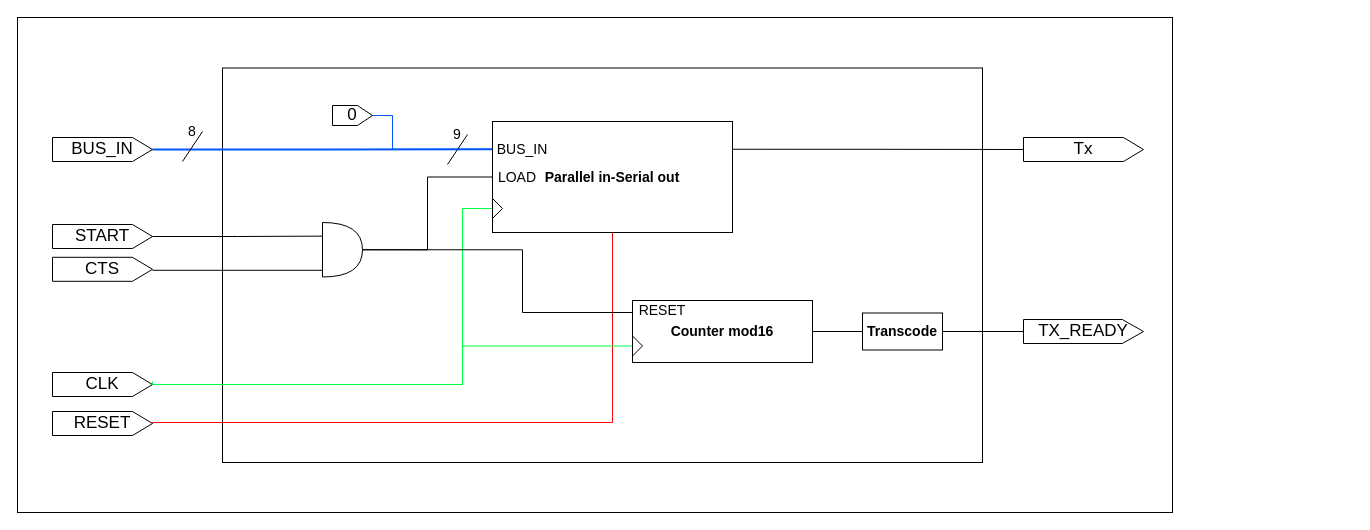
Above: page "NewSerializer" (9 of 15) of Uart.drawio in FlavioRenzi/UART_Project (draw.io), before the change. Source tidied: cells renumbered, new cells numbered last; positions are measured from the earlier drawing's top-left corner, leaving out a move shared by most shapes. Both pictures are drawn from the tidied source at 100%, with x=0, y=0 at pixel (17, 17).
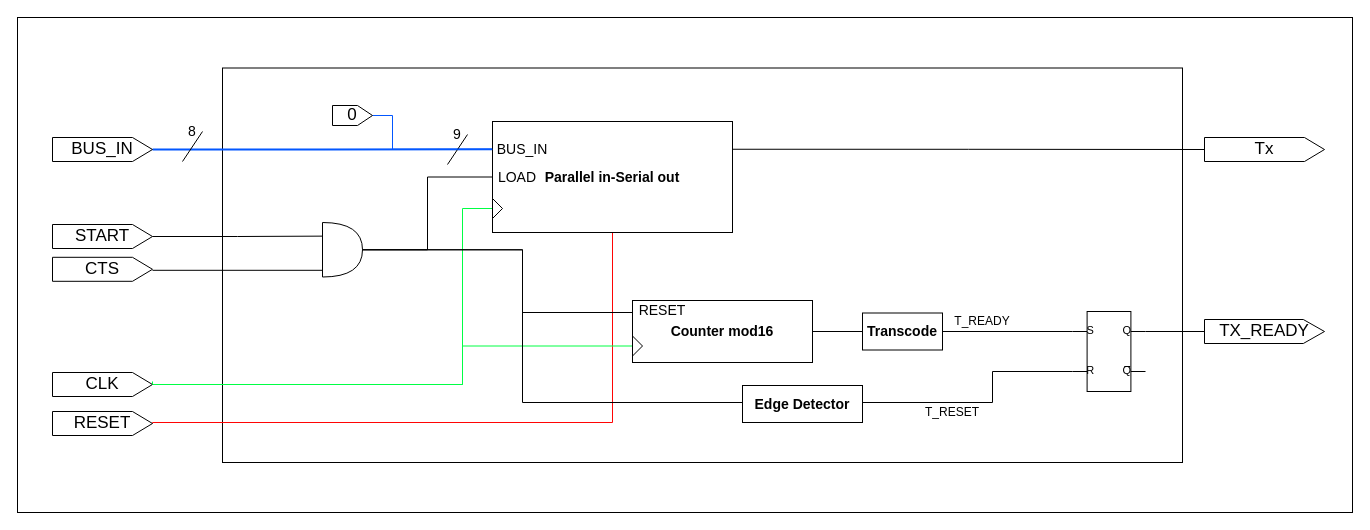
The same page after the edit.

Unchanged cells that the change refers to:
```xml
<mxCell id="20" style="shape=or;whiteSpace=wrap;html=1;fontSize=14;fontColor=#00FF44;" parent="1" vertex="1">
  <mxGeometry x="305" y="205" width="40" height="54.5" as="geometry" />
</mxCell>
<mxCell id="31" value="&lt;font color=&quot;#000000&quot;&gt;&lt;b&gt;Transcode&lt;/b&gt;&lt;/font&gt;" style="rounded=0;whiteSpace=wrap;html=1;fontSize=14;fontColor=#00FF44;" parent="1" vertex="1">
  <mxGeometry x="845" y="295.5" width="80" height="37" as="geometry" />
</mxCell>
```

The edit, as a diff of the source:
```diff
@@
+    <mxCell id="3" style="rounded=0;whiteSpace=wrap;html=1;fontSize=17;fillColor=none;" parent="1" vertex="1">
+      <mxGeometry width="1335" height="495" as="geometry" />
+    </mxCell>
     <mxCell id="2" style="rounded=0;whiteSpace=wrap;html=1;fontSize=17;fillColor=none;" parent="1" vertex="1">
-      <mxGeometry x="205" y="50.5" width="760" height="394.5" as="geometry" />
+      <mxGeometry x="205" y="50.5" width="960" height="394.5" as="geometry" />
     </mxCell>
-    <mxCell id="3" style="rounded=0;whiteSpace=wrap;html=1;fontSize=17;fillColor=none;" parent="1" vertex="1">
-      <mxGeometry width="1155" height="495" as="geometry" />
-    </mxCell>
@@
     <mxCell id="14" value="Tx" style="shape=offPageConnector;whiteSpace=wrap;html=1;rotation=0;size=0.16666666666666666;direction=north;fontSize=17;" parent="1" vertex="1">
-      <mxGeometry x="1006" y="120" width="120" height="24" as="geometry" />
+      <mxGeometry x="1187" y="120" width="120" height="24" as="geometry" />
     </mxCell>
@@
     <mxCell id="28" value="TX_READY" style="shape=offPageConnector;whiteSpace=wrap;html=1;rotation=0;size=0.17647058823529413;direction=north;fontSize=17;" parent="1" vertex="1">
-      <mxGeometry x="1006" y="302" width="120" height="24" as="geometry" />
+      <mxGeometry x="1187" y="302" width="120" height="24" as="geometry" />
     </mxCell>
@@
-    <mxCell id="30" style="edgeStyle=orthogonalEdgeStyle;rounded=0;jettySize=auto;html=1;exitX=1;exitY=0.5;exitDx=0;exitDy=0;entryX=0.5;entryY=0;entryDx=0;entryDy=0;fontSize=14;fontColor=#00FF44;endArrow=none;endFill=0;startSize=9;endSize=9;strokeColor=#000000;strokeWidth=1;" parent="1" edge="1" source="31" target="28">
-      <mxGeometry relative="1" as="geometry" />
-    </mxCell>
+    <mxCell id="37" style="edgeStyle=orthogonalEdgeStyle;rounded=0;jettySize=auto;html=1;exitX=1;exitY=0.5;exitDx=0;exitDy=0;entryX=0;entryY=0.25;entryDx=0;entryDy=0;entryPerimeter=0;endArrow=none;endFill=0;" parent="1" edge="1" source="31" target="40">
+      <mxGeometry relative="1" as="geometry" />
+    </mxCell>
@@
+    <mxCell id="38" style="edgeStyle=orthogonalEdgeStyle;rounded=0;jettySize=auto;html=1;exitX=1;exitY=0.25;exitDx=0;exitDy=0;exitPerimeter=0;entryX=0.5;entryY=0;entryDx=0;entryDy=0;endArrow=none;endFill=0;" parent="1" edge="1" source="40" target="28">
+      <mxGeometry relative="1" as="geometry" />
+    </mxCell>
+    <mxCell id="39" style="edgeStyle=orthogonalEdgeStyle;rounded=0;jettySize=auto;html=1;exitX=0;exitY=0.75;exitDx=0;exitDy=0;exitPerimeter=0;entryX=1;entryY=0.5;entryDx=0;entryDy=0;entryPerimeter=0;endArrow=none;endFill=0;" parent="1" edge="1" source="40" target="20">
+      <mxGeometry relative="1" as="geometry">
+        <Array as="points">
+          <mxPoint x="975" y="354" />
+          <mxPoint x="975" y="385" />
+          <mxPoint x="505" y="385" />
+          <mxPoint x="505" y="232" />
+        </Array>
+      </mxGeometry>
+    </mxCell>
+    <mxCell id="40" style="verticalLabelPosition=bottom;shadow=0;dashed=0;align=center;html=1;verticalAlign=top;shape=mxgraph.electrical.logic_gates.rs_latch;" parent="1" vertex="1">
+      <mxGeometry x="1055" y="294" width="73" height="80" as="geometry" />
+    </mxCell>
+    <mxCell id="41" value="T_RESET" style="text;html=1;strokeColor=none;fillColor=none;align=center;verticalAlign=middle;whiteSpace=wrap;rounded=0;" parent="1" vertex="1">
+      <mxGeometry x="915" y="385" width="40" height="20" as="geometry" />
+    </mxCell>
+    <mxCell id="42" value="T_READY" style="text;html=1;strokeColor=none;fillColor=none;align=center;verticalAlign=middle;whiteSpace=wrap;rounded=0;" parent="1" vertex="1">
+      <mxGeometry x="945" y="294" width="40" height="20" as="geometry" />
+    </mxCell>
+    <mxCell id="43" value="&lt;font color=&quot;#000000&quot;&gt;&lt;b&gt;Edge Detector&lt;/b&gt;&lt;/font&gt;" style="rounded=0;whiteSpace=wrap;html=1;fontSize=14;fontColor=#00FF44;" parent="1" vertex="1">
+      <mxGeometry x="725" y="368" width="120" height="37" as="geometry" />
+    </mxCell>
```
